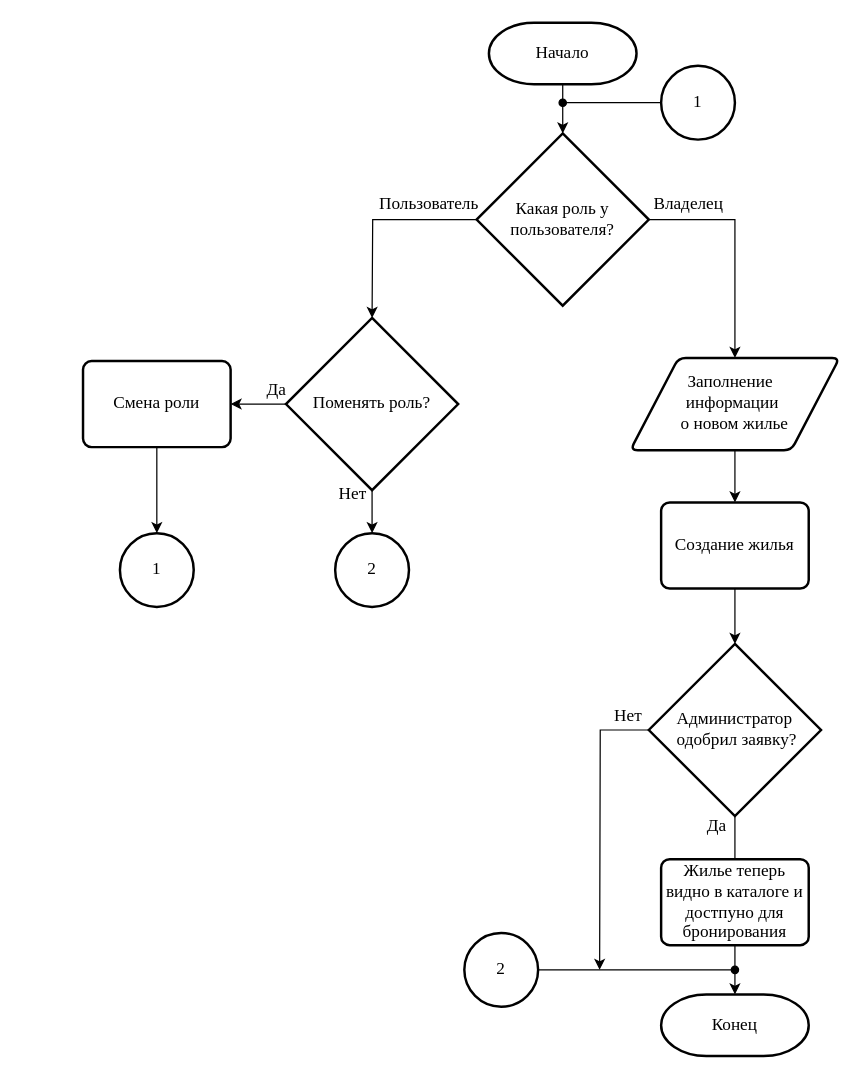
The draw.io diagram KURSACH/Алгоритм создания жилья.drawio in Slnpa/Diplom, before the edit. Source tidied: cells renumbered, new cells numbered last; positions are measured from the earlier drawing's top-left corner, leaving out a move shared by most shapes. Both pictures are drawn from the tidied source at 123%, with x=0, y=0 at pixel (82, 22).
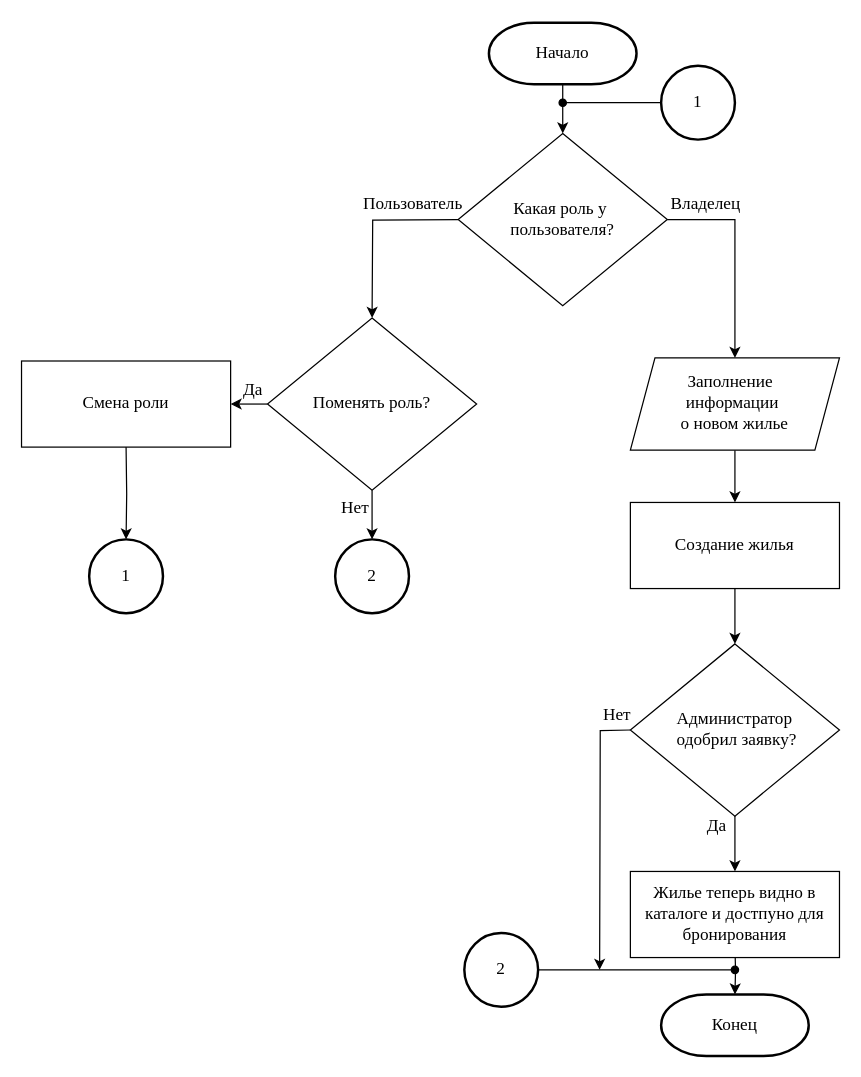
After the change.

Unchanged cells that the change refers to:
```xml
<mxCell id="3" value="Начало" style="strokeWidth=2;html=1;shape=mxgraph.flowchart.terminator;whiteSpace=wrap;fontFamily=Times New Roman;fontSize=14;" parent="1" vertex="1">
  <mxGeometry x="330" width="120" height="50" as="geometry" />
</mxCell>
```

Change to the diagram source:
```diff
@@
-    <mxCell id="2" style="edgeStyle=orthogonalEdgeStyle;rounded=0;jettySize=auto;html=1;fontFamily=Times New Roman;fontSize=14;" parent="1" edge="1" source="3">
-      <mxGeometry relative="1" as="geometry">
-        <mxPoint x="390" y="90" as="targetPoint" />
-      </mxGeometry>
-    </mxCell>
+    <mxCell id="34" style="edgeStyle=orthogonalEdgeStyle;rounded=0;jettySize=auto;html=1;fontFamily=Times New Roman;fontSize=14;" parent="1" edge="1" source="3">
+      <mxGeometry relative="1" as="geometry">
+        <mxPoint x="390" y="90" as="targetPoint" />
+      </mxGeometry>
+    </mxCell>
@@
-    <mxCell id="4" style="edgeStyle=orthogonalEdgeStyle;rounded=0;jettySize=auto;html=1;fontFamily=Times New Roman;fontSize=14;" parent="1" edge="1" source="32">
-      <mxGeometry relative="1" as="geometry">
-        <mxPoint x="235" y="240" as="targetPoint" />
-      </mxGeometry>
-    </mxCell>
+    <mxCell id="35" style="edgeStyle=orthogonalEdgeStyle;rounded=0;orthogonalLoop=1;jettySize=auto;html=1;fontFamily=Times New Roman;fontSize=14;" parent="1" edge="1">
+      <mxGeometry relative="1" as="geometry">
+        <mxPoint x="305" y="160" as="sourcePoint" />
+        <mxPoint x="235" y="240" as="targetPoint" />
+      </mxGeometry>
+    </mxCell>
-    <mxCell id="5" value="Пользователь" style="edgeLabel;html=1;align=center;verticalAlign=middle;fontFamily=Times New Roman;fontSize=14;" parent="4" vertex="1">
+    <mxCell id="5" value="Пользователь" style="edgeLabel;html=1;align=center;verticalAlign=middle;fontFamily=Times New Roman;fontSize=14;" parent="35" vertex="1">
       <mxGeometry x="-0.76" relative="1" as="geometry">
         <mxPoint x="-20" y="-13" as="offset" />
       </mxGeometry>
     </mxCell>
-    <mxCell id="6" style="edgeStyle=orthogonalEdgeStyle;rounded=0;jettySize=auto;html=1;fontFamily=Times New Roman;fontSize=14;" parent="1" edge="1" source="32" target="17">
-      <mxGeometry relative="1" as="geometry">
-        <Array as="points">
-          <mxPoint x="530" y="160" />
-        </Array>
-      </mxGeometry>
-    </mxCell>
+    <mxCell id="36" style="edgeStyle=orthogonalEdgeStyle;rounded=0;orthogonalLoop=1;jettySize=auto;html=1;fontFamily=Times New Roman;fontSize=14;" parent="1" edge="1">
+      <mxGeometry relative="1" as="geometry">
+        <mxPoint x="475" y="160" as="sourcePoint" />
+        <mxPoint x="530" y="272.5" as="targetPoint" />
+        <Array as="points">
+          <mxPoint x="530" y="160" />
+        </Array>
+      </mxGeometry>
+    </mxCell>
-    <mxCell id="7" value="Владелец" style="edgeLabel;html=1;align=center;verticalAlign=middle;fontFamily=Times New Roman;fontSize=14;" parent="6" vertex="1">
+    <mxCell id="7" value="Владелец" style="edgeLabel;html=1;align=center;verticalAlign=middle;fontFamily=Times New Roman;fontSize=14;" parent="36" vertex="1">
       <mxGeometry x="-0.85" y="-1" relative="1" as="geometry">
         <mxPoint x="17" y="-14" as="offset" />
       </mxGeometry>
     </mxCell>
-    <mxCell id="8" style="edgeStyle=orthogonalEdgeStyle;rounded=0;orthogonalLoop=1;jettySize=auto;html=1;endArrow=oval;endFill=1;fontFamily=Times New Roman;fontSize=14;" parent="1" edge="1">
-      <mxGeometry relative="1" as="geometry">
-        <mxPoint x="470" y="65" as="sourcePoint" />
-        <mxPoint x="390" y="65" as="targetPoint" />
-      </mxGeometry>
-    </mxCell>
+    <mxCell id="37" style="edgeStyle=orthogonalEdgeStyle;rounded=0;orthogonalLoop=1;jettySize=auto;html=1;endArrow=oval;endFill=1;fontFamily=Times New Roman;fontSize=14;" parent="1" edge="1">
+      <mxGeometry relative="1" as="geometry">
+        <mxPoint x="470" y="65" as="sourcePoint" />
+        <mxPoint x="390" y="65" as="targetPoint" />
+      </mxGeometry>
+    </mxCell>
@@
-    <mxCell id="10" style="edgeStyle=orthogonalEdgeStyle;rounded=0;jettySize=auto;html=1;fontFamily=Times New Roman;fontSize=14;" parent="1" edge="1" source="33" target="15">
-      <mxGeometry relative="1" as="geometry" />
-    </mxCell>
-    <mxCell id="11" value="Нет" style="edgeLabel;html=1;align=center;verticalAlign=middle;fontFamily=Times New Roman;fontSize=14;" parent="10" vertex="1">
-      <mxGeometry x="-0.62" y="-1" relative="1" as="geometry">
-        <mxPoint x="-16" y="-6" as="offset" />
-      </mxGeometry>
-    </mxCell>
-    <mxCell id="12" style="edgeStyle=orthogonalEdgeStyle;rounded=0;jettySize=auto;html=1;fontFamily=Times New Roman;fontSize=14;" parent="1" edge="1" source="33" target="31">
-      <mxGeometry relative="1" as="geometry" />
-    </mxCell>
-    <mxCell id="13" value="Да" style="edgeLabel;html=1;align=center;verticalAlign=middle;fontFamily=Times New Roman;fontSize=14;" parent="12" vertex="1">
-      <mxGeometry x="-0.24" y="-1" relative="1" as="geometry">
-        <mxPoint x="8" y="-11" as="offset" />
-      </mxGeometry>
-    </mxCell>
+    <mxCell id="38" style="edgeStyle=orthogonalEdgeStyle;rounded=0;orthogonalLoop=1;jettySize=auto;html=1;fontFamily=Times New Roman;fontSize=14;" parent="1" edge="1">
+      <mxGeometry relative="1" as="geometry">
+        <mxPoint x="150" y="310" as="sourcePoint" />
+        <mxPoint x="120" y="310" as="targetPoint" />
+      </mxGeometry>
+    </mxCell>
+    <mxCell id="39" value="Да" style="edgeLabel;html=1;align=center;verticalAlign=middle;fontFamily=Times New Roman;fontSize=14;" parent="38" vertex="1">
+      <mxGeometry x="-0.24" y="-1" relative="1" as="geometry">
+        <mxPoint x="-2" y="-11" as="offset" />
+      </mxGeometry>
+    </mxCell>
     <mxCell id="14" value="1" style="strokeWidth=2;html=1;shape=mxgraph.flowchart.start_2;whiteSpace=wrap;fontFamily=Times New Roman;fontSize=14;" parent="1" vertex="1">
-      <mxGeometry x="30" y="415" width="60" height="60" as="geometry" />
+      <mxGeometry x="5" y="420" width="60" height="60" as="geometry" />
     </mxCell>
     <mxCell id="15" value="2" style="strokeWidth=2;html=1;shape=mxgraph.flowchart.start_2;whiteSpace=wrap;fontFamily=Times New Roman;fontSize=14;" parent="1" vertex="1">
-      <mxGeometry x="205" y="415" width="60" height="60" as="geometry" />
+      <mxGeometry x="205" y="420" width="60" height="60" as="geometry" />
     </mxCell>
-    <mxCell id="16" style="edgeStyle=orthogonalEdgeStyle;rounded=0;jettySize=auto;html=1;fontFamily=Times New Roman;fontSize=14;" parent="1" edge="1" source="17" target="19">
-      <mxGeometry relative="1" as="geometry" />
-    </mxCell>
+    <mxCell id="40" style="edgeStyle=orthogonalEdgeStyle;rounded=0;orthogonalLoop=1;jettySize=auto;html=1;fontFamily=Times New Roman;fontSize=14;" parent="1" edge="1">
+      <mxGeometry relative="1" as="geometry">
+        <mxPoint x="530" y="347.5" as="sourcePoint" />
+        <mxPoint x="530" y="390" as="targetPoint" />
+      </mxGeometry>
+    </mxCell>
+    <mxCell id="41" style="edgeStyle=orthogonalEdgeStyle;rounded=0;orthogonalLoop=1;jettySize=auto;html=1;fontFamily=Times New Roman;fontSize=14;" parent="1" edge="1">
+      <mxGeometry relative="1" as="geometry">
+        <mxPoint x="530" y="460" as="sourcePoint" />
+        <mxPoint x="530" y="505" as="targetPoint" />
+      </mxGeometry>
+    </mxCell>
+    <mxCell id="42" style="edgeStyle=orthogonalEdgeStyle;rounded=0;orthogonalLoop=1;jettySize=auto;html=1;fontFamily=Times New Roman;fontSize=14;" parent="1" edge="1">
+      <mxGeometry relative="1" as="geometry">
+        <mxPoint x="445" y="575" as="sourcePoint" />
+        <mxPoint x="420" y="770" as="targetPoint" />
+      </mxGeometry>
+    </mxCell>
+    <mxCell id="43" value="Нет" style="edgeLabel;html=1;align=center;verticalAlign=middle;fontFamily=Times New Roman;fontSize=14;" parent="42" vertex="1">
+      <mxGeometry x="-0.49" y="1" relative="1" as="geometry">
+        <mxPoint x="12" y="-44" as="offset" />
+      </mxGeometry>
+    </mxCell>
+    <mxCell id="44" style="edgeStyle=orthogonalEdgeStyle;rounded=0;orthogonalLoop=1;jettySize=auto;html=1;fontFamily=Times New Roman;fontSize=14;" parent="1" edge="1">
+      <mxGeometry relative="1" as="geometry">
+        <mxPoint x="530" y="645" as="sourcePoint" />
+        <mxPoint x="530" y="690" as="targetPoint" />
+      </mxGeometry>
+    </mxCell>
+    <mxCell id="45" value="Да" style="edgeLabel;html=1;align=center;verticalAlign=middle;fontFamily=Times New Roman;fontSize=14;" parent="44" vertex="1">
+      <mxGeometry x="-0.28" y="1" relative="1" as="geometry">
+        <mxPoint x="-17" y="-8" as="offset" />
+      </mxGeometry>
+    </mxCell>
+    <mxCell id="46" style="edgeStyle=orthogonalEdgeStyle;rounded=0;jettySize=auto;html=1;fontFamily=Times New Roman;fontSize=14;" parent="1" edge="1" target="27">
+      <mxGeometry relative="1" as="geometry">
+        <mxPoint x="530" y="750" as="sourcePoint" />
+      </mxGeometry>
+    </mxCell>
+    <mxCell id="27" value="Конец" style="strokeWidth=2;html=1;shape=mxgraph.flowchart.terminator;whiteSpace=wrap;fontFamily=Times New Roman;fontSize=14;" parent="1" vertex="1">
+      <mxGeometry x="470" y="790" width="120" height="50" as="geometry" />
+    </mxCell>
+    <mxCell id="47" style="edgeStyle=orthogonalEdgeStyle;rounded=0;jettySize=auto;html=1;endArrow=oval;endFill=1;fontFamily=Times New Roman;fontSize=14;" parent="1" edge="1" source="29">
+      <mxGeometry relative="1" as="geometry">
+        <mxPoint x="530" y="770" as="targetPoint" />
+      </mxGeometry>
+    </mxCell>
+    <mxCell id="29" value="2" style="strokeWidth=2;html=1;shape=mxgraph.flowchart.start_2;whiteSpace=wrap;fontFamily=Times New Roman;fontSize=14;" parent="1" vertex="1">
+      <mxGeometry x="310" y="740" width="60" height="60" as="geometry" />
+    </mxCell>
+    <mxCell id="48" style="edgeStyle=orthogonalEdgeStyle;rounded=0;jettySize=auto;html=1;fontFamily=Times New Roman;fontSize=14;" parent="1" edge="1" target="14">
+      <mxGeometry relative="1" as="geometry">
+        <mxPoint x="35" y="345" as="sourcePoint" />
+      </mxGeometry>
+    </mxCell>
+    <mxCell id="31" value="&lt;span&gt;Смена роли&lt;/span&gt;" style="rounded=0;whiteSpace=wrap;html=1;fontFamily=Times New Roman;fontSize=14;" parent="1" vertex="1">
+      <mxGeometry x="-50" y="275" width="170" height="70" as="geometry" />
+    </mxCell>
+    <mxCell id="19" value="&lt;span&gt;Создание жилья&lt;/span&gt;" style="rounded=0;whiteSpace=wrap;html=1;fontFamily=Times New Roman;fontSize=14;" parent="1" vertex="1">
+      <mxGeometry x="445" y="390" width="170" height="70" as="geometry" />
+    </mxCell>
+    <mxCell id="26" value="&lt;span&gt;Жилье теперь видно в каталоге и достпуно для бронирования&lt;/span&gt;" style="rounded=0;whiteSpace=wrap;html=1;fontFamily=Times New Roman;fontSize=14;" parent="1" vertex="1">
+      <mxGeometry x="445" y="690" width="170" height="70" as="geometry" />
+    </mxCell>
-    <mxCell id="17" value="Заполнение&amp;nbsp;&amp;nbsp;&lt;div&gt;информации&amp;nbsp;&lt;/div&gt;&lt;div&gt;о новом жилье&lt;/div&gt;" style="shape=parallelogram;html=1;strokeWidth=2;perimeter=parallelogramPerimeter;whiteSpace=wrap;rounded=1;arcSize=12;size=0.23;fontFamily=Times New Roman;fontSize=14;" parent="1" vertex="1">
+    <mxCell id="17" value="&lt;span&gt;Заполнение&amp;nbsp;&amp;nbsp;&lt;/span&gt;&lt;div&gt;информации&amp;nbsp;&lt;/div&gt;&lt;div&gt;о новом жилье&lt;/div&gt;" style="shape=parallelogram;perimeter=parallelogramPerimeter;whiteSpace=wrap;html=1;fixedSize=1;fontFamily=Times New Roman;fontSize=14;" parent="1" vertex="1">
       <mxGeometry x="445" y="272.5" width="170" height="75" as="geometry" />
     </mxCell>
-    <mxCell id="18" style="edgeStyle=orthogonalEdgeStyle;rounded=0;jettySize=auto;html=1;fontFamily=Times New Roman;fontSize=14;" parent="1" edge="1" source="19" target="24">
-      <mxGeometry relative="1" as="geometry" />
-    </mxCell>
-    <mxCell id="19" value="Создание жилья" style="rounded=1;whiteSpace=wrap;html=1;absoluteArcSize=1;arcSize=14;strokeWidth=2;fontFamily=Times New Roman;fontSize=14;" parent="1" vertex="1">
-      <mxGeometry x="470" y="390" width="120" height="70" as="geometry" />
-    </mxCell>
-    <mxCell id="20" style="edgeStyle=orthogonalEdgeStyle;rounded=0;jettySize=auto;html=1;fontFamily=Times New Roman;fontSize=14;" parent="1" edge="1" source="24">
-      <mxGeometry relative="1" as="geometry">
-        <mxPoint x="420" y="770" as="targetPoint" />
-      </mxGeometry>
-    </mxCell>
-    <mxCell id="21" value="Нет" style="edgeLabel;html=1;align=center;verticalAlign=middle;fontFamily=Times New Roman;fontSize=14;" parent="20" vertex="1">
-      <mxGeometry x="-0.49" y="1" relative="1" as="geometry">
-        <mxPoint x="21" y="-32" as="offset" />
-      </mxGeometry>
-    </mxCell>
-    <mxCell id="22" style="edgeStyle=orthogonalEdgeStyle;rounded=0;jettySize=auto;html=1;fontFamily=Times New Roman;fontSize=14;" parent="1" edge="1" source="24">
-      <mxGeometry relative="1" as="geometry">
-        <mxPoint x="530" y="690" as="targetPoint" />
-      </mxGeometry>
-    </mxCell>
-    <mxCell id="23" value="Да" style="edgeLabel;html=1;align=center;verticalAlign=middle;fontFamily=Times New Roman;fontSize=14;" parent="22" vertex="1">
-      <mxGeometry x="-0.28" y="1" relative="1" as="geometry">
-        <mxPoint x="-17" y="-8" as="offset" />
-      </mxGeometry>
-    </mxCell>
+    <mxCell id="32" value="&lt;span&gt;Какая роль у&amp;nbsp;&lt;/span&gt;&lt;div&gt;пользователя?&lt;/div&gt;" style="rhombus;whiteSpace=wrap;html=1;fontFamily=Times New Roman;fontSize=14;" parent="1" vertex="1">
+      <mxGeometry x="305" y="90" width="170" height="140" as="geometry" />
+    </mxCell>
+    <mxCell id="10" style="edgeStyle=orthogonalEdgeStyle;rounded=0;jettySize=auto;html=1;fontFamily=Times New Roman;fontSize=14;" parent="1" edge="1" source="33" target="15">
+      <mxGeometry relative="1" as="geometry" />
+    </mxCell>
+    <mxCell id="49" value="Нет" style="edgeLabel;html=1;align=center;verticalAlign=middle;fontFamily=Times New Roman;fontSize=14;" parent="10" vertex="1">
+      <mxGeometry x="-0.29" y="-1" relative="1" as="geometry">
+        <mxPoint x="-14" as="offset" />
+      </mxGeometry>
+    </mxCell>
+    <mxCell id="33" value="&lt;span&gt;Поменять роль?&lt;/span&gt;" style="rhombus;whiteSpace=wrap;html=1;fontFamily=Times New Roman;fontSize=14;" parent="1" vertex="1">
+      <mxGeometry x="150" y="240" width="170" height="140" as="geometry" />
+    </mxCell>
-    <mxCell id="24" value="&amp;nbsp; &amp;nbsp;Администратор&amp;nbsp; &amp;nbsp; &amp;nbsp;одобрил заявку?" style="strokeWidth=2;html=1;shape=mxgraph.flowchart.decision;whiteSpace=wrap;fontFamily=Times New Roman;fontSize=14;align=center;verticalAlign=middle;" parent="1" vertex="1">
-      <mxGeometry x="460" y="505" width="140" height="140" as="geometry" />
+    <mxCell id="24" value="&amp;nbsp; &amp;nbsp;Администратор&amp;nbsp; &amp;nbsp; &amp;nbsp;одобрил заявку?" style="rhombus;whiteSpace=wrap;html=1;fontFamily=Times New Roman;fontSize=14;" parent="1" vertex="1">
+      <mxGeometry x="445" y="505" width="170" height="140" as="geometry" />
     </mxCell>
-    <mxCell id="25" style="edgeStyle=orthogonalEdgeStyle;rounded=0;jettySize=auto;html=1;fontFamily=Times New Roman;fontSize=14;" parent="1" edge="1" source="26" target="27">
-      <mxGeometry relative="1" as="geometry" />
-    </mxCell>
-    <mxCell id="26" value="Жилье теперь видно в каталоге и достпуно для бронирования" style="rounded=1;whiteSpace=wrap;html=1;absoluteArcSize=1;arcSize=14;strokeWidth=2;fontFamily=Times New Roman;fontSize=14;" parent="1" vertex="1">
-      <mxGeometry x="470" y="680" width="120" height="70" as="geometry" />
-    </mxCell>
-    <mxCell id="27" value="Конец" style="strokeWidth=2;html=1;shape=mxgraph.flowchart.terminator;whiteSpace=wrap;fontFamily=Times New Roman;fontSize=14;" parent="1" vertex="1">
-      <mxGeometry x="470" y="790" width="120" height="50" as="geometry" />
-    </mxCell>
-    <mxCell id="28" style="edgeStyle=orthogonalEdgeStyle;rounded=0;jettySize=auto;html=1;endArrow=oval;endFill=1;fontFamily=Times New Roman;fontSize=14;" parent="1" edge="1" source="29">
-      <mxGeometry relative="1" as="geometry">
-        <mxPoint x="530" y="770" as="targetPoint" />
-      </mxGeometry>
-    </mxCell>
-    <mxCell id="29" value="2" style="strokeWidth=2;html=1;shape=mxgraph.flowchart.start_2;whiteSpace=wrap;fontFamily=Times New Roman;fontSize=14;" parent="1" vertex="1">
-      <mxGeometry x="310" y="740" width="60" height="60" as="geometry" />
-    </mxCell>
-    <mxCell id="30" style="edgeStyle=orthogonalEdgeStyle;rounded=0;jettySize=auto;html=1;fontFamily=Times New Roman;fontSize=14;" parent="1" edge="1" source="31" target="14">
-      <mxGeometry relative="1" as="geometry" />
-    </mxCell>
-    <mxCell id="31" value="Смена роли" style="rounded=1;whiteSpace=wrap;html=1;absoluteArcSize=1;arcSize=14;strokeWidth=2;fontFamily=Times New Roman;fontSize=14;" parent="1" vertex="1">
-      <mxGeometry y="275" width="120" height="70" as="geometry" />
-    </mxCell>
-    <mxCell id="32" value="Какая роль у пользователя?" style="strokeWidth=2;html=1;shape=mxgraph.flowchart.decision;whiteSpace=wrap;fontFamily=Times New Roman;fontSize=14;align=center;verticalAlign=middle;" parent="1" vertex="1">
-      <mxGeometry x="320" y="90" width="140" height="140" as="geometry" />
-    </mxCell>
-    <mxCell id="33" value="Поменять роль?" style="strokeWidth=2;html=1;shape=mxgraph.flowchart.decision;whiteSpace=wrap;fontFamily=Times New Roman;fontSize=14;align=center;verticalAlign=middle;" parent="1" vertex="1">
-      <mxGeometry x="165" y="240" width="140" height="140" as="geometry" />
-    </mxCell>
```
